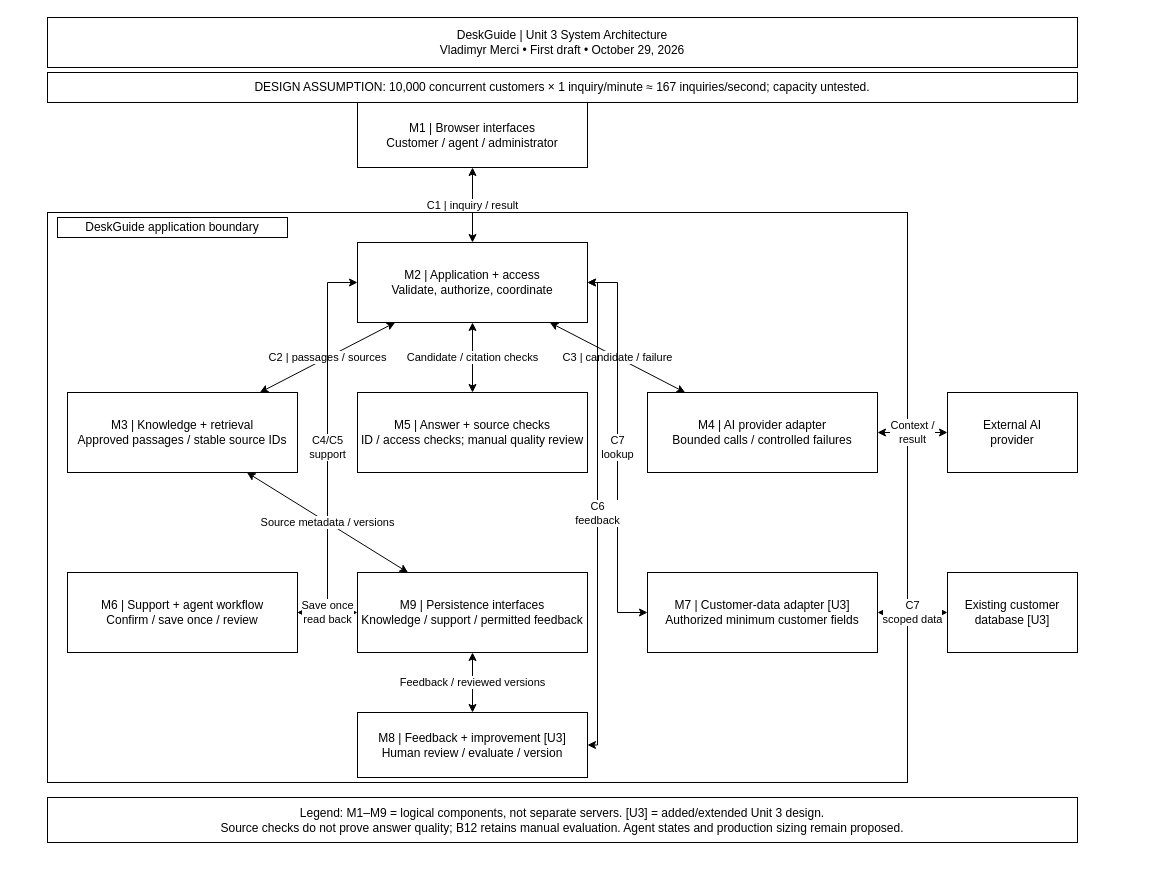
vlad8110/deskguide keeps this draw.io diagram as page "Component architecture" (1 of 2) of docs/unit-3/architecture-first-draft/deskguide-unit-3-architecture.drawio. Above is the earlier version. Source tidied: cells renumbered, new cells numbered last; positions are measured from the earlier drawing's top-left corner, leaving out a move shared by most shapes. Both pictures are drawn from the tidied source at 100%, with x=0, y=0 at pixel (47, 17).
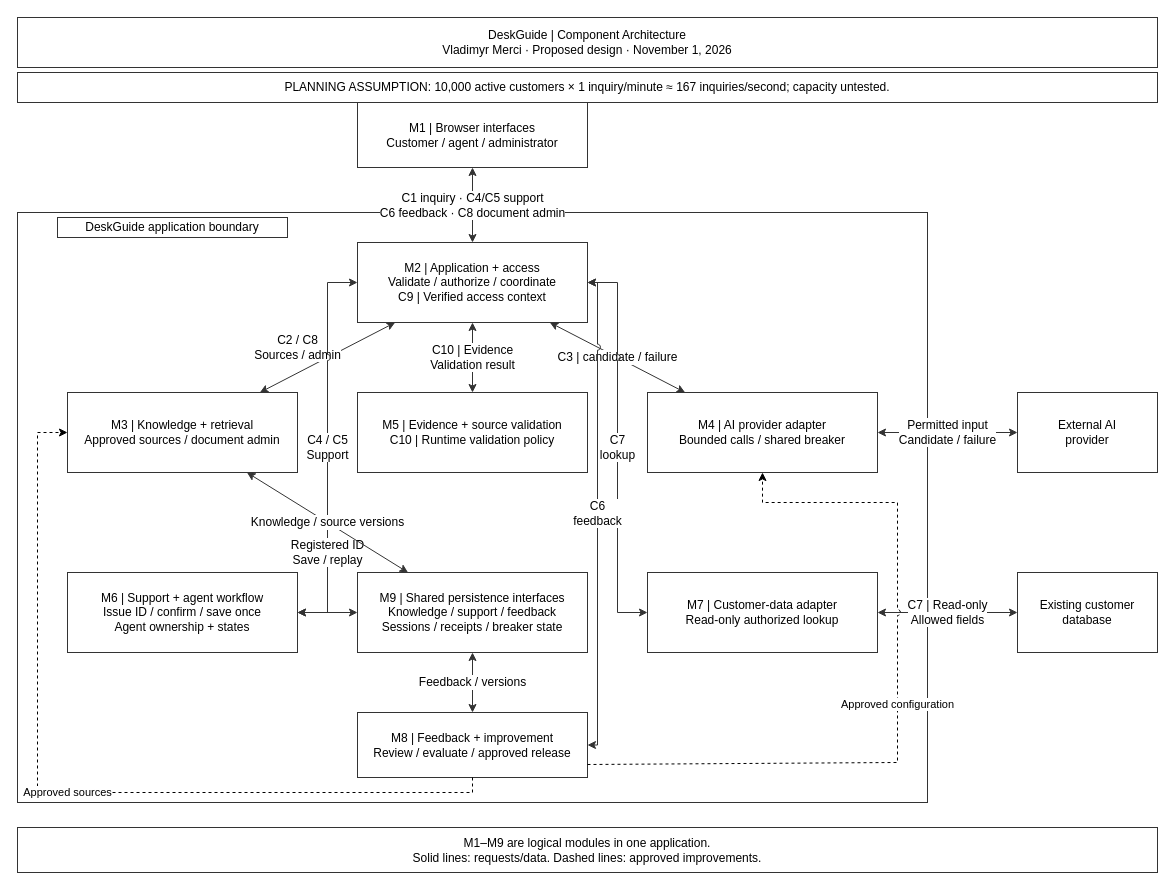
The same page after the edit.

What changed in the source:
```diff
@@
-    <mxCell id="2" style="rounded=0;whiteSpace=wrap;html=1;rotation=0;fillColor=none;" parent="1" vertex="1">
-      <mxGeometry y="195" width="860" height="570" as="geometry" />
+    <mxCell id="2" style="rounded=0;whiteSpace=wrap;html=1;rotation=0;fillColor=none;fontFamily=Arial;fontSize=12;fontColor=#000000;strokeColor=#333333;" parent="1" vertex="1">
+      <mxGeometry x="-30" y="195" width="910" height="590" as="geometry" />
     </mxCell>
-    <mxCell id="3" value="M2 | Application + access&lt;br/&gt;Validate, authorize, coordinate" style="rounded=0;whiteSpace=wrap;html=1;rotation=0;" parent="1" vertex="1">
+    <mxCell id="3" value="M2 | Application + access&lt;br&gt;Validate / authorize / coordinate&lt;br&gt;C9 | Verified access context" style="rounded=0;whiteSpace=wrap;html=1;rotation=0;fontFamily=Arial;fontSize=12;fontColor=#000000;strokeColor=#333333;" parent="1" vertex="1">
       <mxGeometry x="310" y="225" width="230" height="80" as="geometry" />
     </mxCell>
-    <mxCell id="4" value="M1 | Browser interfaces&lt;div&gt;Customer / agent / administrator&lt;/div&gt;" style="rounded=0;whiteSpace=wrap;html=1;rotation=0;" parent="1" vertex="1">
+    <mxCell id="4" value="M1 | Browser interfaces&lt;div&gt;Customer / agent / administrator&lt;/div&gt;" style="rounded=0;whiteSpace=wrap;html=1;rotation=0;fontFamily=Arial;fontSize=12;fontColor=#000000;strokeColor=#333333;" parent="1" vertex="1">
       <mxGeometry x="310" y="85" width="230" height="65" as="geometry" />
     </mxCell>
-    <mxCell id="5" value="M3 | Knowledge + retrieval&lt;div&gt;Approved passages / stable source IDs&lt;/div&gt;" style="rounded=0;whiteSpace=wrap;html=1;rotation=0;" parent="1" vertex="1">
+    <mxCell id="5" value="M3 | Knowledge + retrieval&lt;br&gt;Approved sources / document admin" style="rounded=0;whiteSpace=wrap;html=1;rotation=0;fontFamily=Arial;fontSize=12;fontColor=#000000;strokeColor=#333333;" parent="1" vertex="1">
       <mxGeometry x="20" y="375" width="230" height="80" as="geometry" />
     </mxCell>
-    <mxCell id="6" value="M4 | AI provider adapter&lt;br/&gt;Bounded calls / controlled failures" style="rounded=0;whiteSpace=wrap;html=1;rotation=0;" parent="1" vertex="1">
+    <mxCell id="6" value="M4 | AI provider adapter&lt;br&gt;Bounded calls / shared breaker" style="rounded=0;whiteSpace=wrap;html=1;rotation=0;fontFamily=Arial;fontSize=12;fontColor=#000000;strokeColor=#333333;" parent="1" vertex="1">
       <mxGeometry x="600" y="375" width="230" height="80" as="geometry" />
     </mxCell>
-    <mxCell id="7" value="M5 | Answer + source checks&lt;br/&gt;ID / access checks; manual quality review" style="rounded=0;whiteSpace=wrap;html=1;rotation=0;" parent="1" vertex="1">
+    <mxCell id="7" value="M5 | Evidence + source validation&lt;br&gt;C10 | Runtime validation policy" style="rounded=0;whiteSpace=wrap;html=1;rotation=0;fontFamily=Arial;fontSize=12;fontColor=#000000;strokeColor=#333333;" parent="1" vertex="1">
       <mxGeometry x="310" y="375" width="230" height="80" as="geometry" />
     </mxCell>
-    <mxCell id="8" value="M6 | Support + agent workflow&lt;br/&gt;Confirm / save once / review" style="rounded=0;whiteSpace=wrap;html=1;rotation=0;" parent="1" vertex="1">
+    <mxCell id="8" value="M6 | Support + agent workflow&lt;br&gt;Issue ID / confirm / save once&lt;br&gt;Agent ownership + states" style="rounded=0;whiteSpace=wrap;html=1;rotation=0;fontFamily=Arial;fontSize=12;fontColor=#000000;strokeColor=#333333;" parent="1" vertex="1">
       <mxGeometry x="20" y="555" width="230" height="80" as="geometry" />
     </mxCell>
-    <mxCell id="9" value="M7 | Customer-data adapter [U3]&lt;br/&gt;Authorized minimum customer fields" style="rounded=0;whiteSpace=wrap;html=1;rotation=0;" parent="1" vertex="1">
+    <mxCell id="9" value="M7 | Customer-data adapter&lt;br&gt;Read-only authorized lookup" style="rounded=0;whiteSpace=wrap;html=1;rotation=0;fontFamily=Arial;fontSize=12;fontColor=#000000;strokeColor=#333333;" parent="1" vertex="1">
       <mxGeometry x="600" y="555" width="230" height="80" as="geometry" />
     </mxCell>
-    <mxCell id="10" value="M9 | Persistence interfaces&lt;br/&gt;Knowledge / support / permitted feedback" style="rounded=0;whiteSpace=wrap;html=1;rotation=0;" parent="1" vertex="1">
+    <mxCell id="10" value="M9 | Shared persistence interfaces&lt;br&gt;Knowledge / support / feedback&lt;br&gt;Sessions / receipts / breaker state" style="rounded=0;whiteSpace=wrap;html=1;rotation=0;fontFamily=Arial;fontSize=12;fontColor=#000000;strokeColor=#333333;" parent="1" vertex="1">
       <mxGeometry x="310" y="555" width="230" height="80" as="geometry" />
     </mxCell>
-    <mxCell id="11" value="M8 | Feedback + improvement [U3]&lt;br/&gt;Human review / evaluate / version" style="rounded=0;whiteSpace=wrap;html=1;rotation=0;" parent="1" vertex="1">
+    <mxCell id="11" value="M8 | Feedback + improvement&lt;br&gt;Review / evaluate / approved release" style="rounded=0;whiteSpace=wrap;html=1;rotation=0;fontFamily=Arial;fontSize=12;fontColor=#000000;strokeColor=#333333;" parent="1" vertex="1">
       <mxGeometry x="310" y="695" width="230" height="65" as="geometry" />
     </mxCell>
-    <mxCell id="12" value="External AI&lt;br/&gt;provider" style="rounded=0;whiteSpace=wrap;html=1;rotation=0;" parent="1" vertex="1">
-      <mxGeometry x="900" y="375" width="130" height="80" as="geometry" />
+    <mxCell id="12" value="External AI&lt;br&gt;provider" style="rounded=0;whiteSpace=wrap;html=1;rotation=0;fontFamily=Arial;fontSize=12;fontColor=#000000;strokeColor=#333333;" parent="1" vertex="1">
+      <mxGeometry x="970" y="375" width="140" height="80" as="geometry" />
     </mxCell>
-    <mxCell id="13" value="Existing customer&lt;br/&gt;database [U3]" style="rounded=0;whiteSpace=wrap;html=1;rotation=0;" parent="1" vertex="1">
-      <mxGeometry x="900" y="555" width="130" height="80" as="geometry" />
+    <mxCell id="13" value="Existing customer&lt;br&gt;database" style="rounded=0;whiteSpace=wrap;html=1;rotation=0;fontFamily=Arial;fontSize=12;fontColor=#000000;strokeColor=#333333;" parent="1" vertex="1">
+      <mxGeometry x="970" y="555" width="140" height="80" as="geometry" />
     </mxCell>
-    <mxCell id="14" value="DeskGuide | Unit 3 System Architecture&lt;br/&gt;Vladimyr Merci • First draft • October 29, 2026" style="rounded=0;whiteSpace=wrap;html=1;rotation=0;" parent="1" vertex="1">
-      <mxGeometry width="1030" height="50" as="geometry" />
+    <mxCell id="14" value="DeskGuide | Component Architecture&lt;br&gt;Vladimyr Merci · Proposed design · November 1, 2026" style="rounded=0;whiteSpace=wrap;html=1;rotation=0;fontFamily=Arial;fontSize=12;fontColor=#000000;strokeColor=#333333;" parent="1" vertex="1">
+      <mxGeometry x="-30" width="1140" height="50" as="geometry" />
     </mxCell>
-    <mxCell id="15" value="DESIGN ASSUMPTION: 10,000 concurrent customers × 1 inquiry/minute ≈ 167 inquiries/second; capacity untested." style="rounded=0;whiteSpace=wrap;html=1;rotation=0;" parent="1" vertex="1">
-      <mxGeometry y="55" width="1030" height="30" as="geometry" />
+    <mxCell id="15" value="PLANNING ASSUMPTION: 10,000 active customers × 1 inquiry/minute ≈ 167 inquiries/second; capacity untested." style="rounded=0;whiteSpace=wrap;html=1;rotation=0;fontFamily=Arial;fontSize=12;fontColor=#000000;strokeColor=#333333;" parent="1" vertex="1">
+      <mxGeometry x="-30" y="55" width="1140" height="30" as="geometry" />
     </mxCell>
-    <mxCell id="16" value="Legend: M1–M9 = logical components, not separate servers. [U3] = added/extended Unit 3 design.&lt;br/&gt;Source checks do not prove answer quality; B12 retains manual evaluation. Agent states and production sizing remain proposed." style="rounded=0;whiteSpace=wrap;html=1;rotation=0;" parent="1" vertex="1">
-      <mxGeometry y="780" width="1030" height="45" as="geometry" />
+    <mxCell id="16" value="M1–M9 are logical modules in one application.&lt;br&gt;Solid lines: requests/data. Dashed lines: approved improvements." style="rounded=0;whiteSpace=wrap;html=1;rotation=0;fontFamily=Arial;fontSize=12;fontColor=#000000;strokeColor=#333333;" parent="1" vertex="1">
+      <mxGeometry x="-30" y="810" width="1140" height="45" as="geometry" />
     </mxCell>
-    <mxCell id="17" value="C1 | inquiry / result" style="endArrow=classic;startArrow=classic;html=1;rounded=0;edgeStyle=orthogonalEdgeStyle;" parent="1" edge="1" source="4" target="3">
+    <mxCell id="17" value="C1 inquiry · C4/C5 support&lt;br&gt;C6 feedback · C8 document admin" style="endArrow=classic;startArrow=classic;html=1;rounded=0;edgeStyle=orthogonalEdgeStyle;fontFamily=Arial;fontSize=12;fontColor=#000000;strokeColor=#333333;labelBackgroundColor=#FFFFFF;jumpStyle=arc;jumpSize=6;" parent="1" edge="1" source="4" target="3">
       <mxGeometry relative="1" as="geometry" />
     </mxCell>
-    <mxCell id="18" value="C2 | passages / sources" style="endArrow=classic;startArrow=classic;html=1;rounded=0;" parent="1" edge="1" source="3" target="5">
-      <mxGeometry relative="1" as="geometry" />
+    <mxCell id="18" value="C2 / C8&lt;br&gt;Sources / admin" style="endArrow=classic;startArrow=classic;html=1;rounded=0;fontFamily=Arial;fontSize=12;fontColor=#000000;strokeColor=#333333;labelBackgroundColor=#FFFFFF;jumpStyle=arc;jumpSize=6;" parent="1" edge="1" source="3" target="5">
+      <mxGeometry relative="1" as="geometry">
+        <mxPoint x="-30" y="-10" as="offset" />
+      </mxGeometry>
     </mxCell>
-    <mxCell id="19" value="C3 | candidate / failure" style="endArrow=classic;startArrow=classic;html=1;rounded=0;" parent="1" edge="1" source="3" target="6">
+    <mxCell id="19" value="C3 | candidate / failure" style="endArrow=classic;startArrow=classic;html=1;rounded=0;fontFamily=Arial;fontSize=12;fontColor=#000000;strokeColor=#333333;labelBackgroundColor=#FFFFFF;jumpStyle=arc;jumpSize=6;" parent="1" edge="1" source="3" target="6">
       <mxGeometry relative="1" as="geometry" />
     </mxCell>
-    <mxCell id="20" value="Candidate / citation checks" style="endArrow=classic;startArrow=classic;html=1;rounded=0;" parent="1" edge="1" source="3" target="7">
+    <mxCell id="20" value="C10 | Evidence&lt;br&gt;Validation result" style="endArrow=classic;startArrow=classic;html=1;rounded=0;fontFamily=Arial;fontSize=12;fontColor=#000000;strokeColor=#333333;labelBackgroundColor=#FFFFFF;jumpStyle=arc;jumpSize=6;" parent="1" edge="1" source="3" target="7">
       <mxGeometry relative="1" as="geometry" />
     </mxCell>
-    <mxCell id="21" value="C4/C5&lt;div&gt;support&lt;/div&gt;" style="endArrow=classic;startArrow=classic;html=1;rounded=0;exitX=0;exitY=0.5;exitDx=0;exitDy=0;edgeStyle=orthogonalEdgeStyle;entryX=1;entryY=0.5;entryDx=0;entryDy=0;" parent="1" edge="1" source="3" target="8">
+    <mxCell id="21" value="C4 / C5&lt;br&gt;Support" style="endArrow=classic;startArrow=classic;html=1;rounded=0;exitX=0;exitY=0.5;exitDx=0;exitDy=0;edgeStyle=orthogonalEdgeStyle;entryX=1;entryY=0.5;entryDx=0;entryDy=0;fontFamily=Arial;fontSize=12;fontColor=#000000;strokeColor=#333333;labelBackgroundColor=#FFFFFF;jumpStyle=arc;jumpSize=6;" parent="1" edge="1" source="3" target="8">
       <mxGeometry relative="1" as="geometry" />
     </mxCell>
-    <mxCell id="22" value="Context /&lt;div&gt;result&lt;/div&gt;" style="endArrow=classic;startArrow=classic;html=1;rounded=0;" parent="1" edge="1" source="6" target="12">
+    <mxCell id="22" value="Permitted input&lt;br&gt;Candidate / failure" style="endArrow=classic;startArrow=classic;html=1;rounded=0;fontFamily=Arial;fontSize=12;fontColor=#000000;strokeColor=#333333;labelBackgroundColor=#FFFFFF;jumpStyle=arc;jumpSize=6;" parent="1" edge="1" source="6" target="12">
       <mxGeometry relative="1" as="geometry" />
     </mxCell>
-    <mxCell id="23" value="C7&lt;div&gt;scoped data&lt;/div&gt;" style="endArrow=classic;startArrow=classic;html=1;rounded=0;" parent="1" edge="1" source="9" target="13">
+    <mxCell id="23" value="C7 | Read-only&lt;br&gt;Allowed fields" style="endArrow=classic;startArrow=classic;html=1;rounded=0;fontFamily=Arial;fontSize=12;fontColor=#000000;strokeColor=#333333;labelBackgroundColor=#FFFFFF;jumpStyle=arc;jumpSize=6;" parent="1" edge="1" source="9" target="13">
       <mxGeometry relative="1" as="geometry" />
     </mxCell>
-    <mxCell id="24" value="Save once&lt;div&gt;read back&lt;/div&gt;" style="endArrow=classic;startArrow=classic;html=1;rounded=0;" parent="1" edge="1" source="8" target="10">
-      <mxGeometry relative="1" as="geometry" />
+    <mxCell id="24" value="Registered ID&lt;br&gt;Save / replay" style="endArrow=classic;startArrow=classic;html=1;rounded=0;fontFamily=Arial;fontSize=12;fontColor=#000000;strokeColor=#333333;labelBackgroundColor=#FFFFFF;jumpStyle=arc;jumpSize=6;" parent="1" edge="1" source="8" target="10">
+      <mxGeometry relative="1" as="geometry">
+        <mxPoint y="-60" as="offset" />
+      </mxGeometry>
     </mxCell>
-    <mxCell id="25" value="Feedback / reviewed versions" style="endArrow=classic;startArrow=classic;html=1;rounded=0;" parent="1" edge="1" source="11" target="10">
+    <mxCell id="25" value="Feedback / versions" style="endArrow=classic;startArrow=classic;html=1;rounded=0;fontFamily=Arial;fontSize=12;fontColor=#000000;strokeColor=#333333;labelBackgroundColor=#FFFFFF;jumpStyle=arc;jumpSize=6;" parent="1" edge="1" source="11" target="10">
       <mxGeometry relative="1" as="geometry" />
     </mxCell>
-    <mxCell id="26" value="Source metadata / versions" style="endArrow=classic;startArrow=classic;html=1;rounded=0;" parent="1" edge="1" source="5" target="10">
+    <mxCell id="26" value="Knowledge / source versions" style="endArrow=classic;startArrow=classic;html=1;rounded=0;fontFamily=Arial;fontSize=12;fontColor=#000000;strokeColor=#333333;labelBackgroundColor=#FFFFFF;jumpStyle=arc;jumpSize=6;" parent="1" edge="1" source="5" target="10">
       <mxGeometry relative="1" as="geometry" />
     </mxCell>
-    <mxCell id="27" value="C7&lt;br/&gt;lookup" style="endArrow=classic;startArrow=classic;html=1;rounded=0;exitX=1;exitY=0.5;exitDx=0;exitDy=0;entryX=0;entryY=0.5;entryDx=0;entryDy=0;edgeStyle=orthogonalEdgeStyle;" parent="1" edge="1" source="3" target="9">
+    <mxCell id="27" value="C7&lt;br/&gt;lookup" style="endArrow=classic;startArrow=classic;html=1;rounded=0;exitX=1;exitY=0.5;exitDx=0;exitDy=0;entryX=0;entryY=0.5;entryDx=0;entryDy=0;edgeStyle=orthogonalEdgeStyle;fontFamily=Arial;fontSize=12;fontColor=#000000;strokeColor=#333333;labelBackgroundColor=#FFFFFF;jumpStyle=arc;jumpSize=6;" parent="1" edge="1" source="3" target="9">
       <mxGeometry relative="1" as="geometry" />
     </mxCell>
-    <mxCell id="28" value="C6&lt;br/&gt;feedback" style="endArrow=classic;startArrow=classic;html=1;rounded=0;exitX=1;exitY=0.5;exitDx=0;exitDy=0;entryX=1;entryY=0.5;entryDx=0;entryDy=0;edgeStyle=orthogonalEdgeStyle;" parent="1" edge="1" source="3" target="11">
+    <mxCell id="28" value="C6&lt;br/&gt;feedback" style="endArrow=classic;startArrow=classic;html=1;rounded=0;exitX=1;exitY=0.5;exitDx=0;exitDy=0;entryX=1;entryY=0.5;entryDx=0;entryDy=0;edgeStyle=orthogonalEdgeStyle;fontFamily=Arial;fontSize=12;fontColor=#000000;strokeColor=#333333;labelBackgroundColor=#FFFFFF;jumpStyle=arc;jumpSize=6;" parent="1" edge="1" source="3" target="11">
       <mxGeometry relative="1" as="geometry" />
     </mxCell>
-    <mxCell id="29" value="DeskGuide application boundary" style="rounded=0;whiteSpace=wrap;html=1;rotation=0;" parent="1" vertex="1">
+    <mxCell id="29" value="DeskGuide application boundary" style="rounded=0;whiteSpace=wrap;html=1;rotation=0;fontFamily=Arial;fontSize=12;fontColor=#000000;strokeColor=#333333;" parent="1" vertex="1">
       <mxGeometry x="10" y="200" width="230" height="20" as="geometry" />
     </mxCell>
+    <mxCell id="30" value="Approved sources" style="endArrow=classic;html=1;rounded=0;fontFamily=Arial;fontSize=11;labelBackgroundColor=#FFFFFF;jumpStyle=arc;jumpSize=6;dashed=1;exitX=0.5;exitY=1;entryX=0;entryY=0.5;" parent="1" edge="1" source="11" target="5">
+      <mxGeometry relative="1" as="geometry">
+        <Array as="points">
+          <mxPoint x="425" y="775" />
+          <mxPoint x="-10" y="775" />
+          <mxPoint x="-10" y="415" />
+        </Array>
+      </mxGeometry>
+    </mxCell>
+    <mxCell id="31" value="Approved configuration" style="endArrow=classic;html=1;rounded=0;fontFamily=Arial;fontSize=11;labelBackgroundColor=#FFFFFF;jumpStyle=arc;jumpSize=6;dashed=1;exitX=1;exitY=0.8;entryX=0.5;entryY=1;" parent="1" edge="1" source="11" target="6">
+      <mxGeometry relative="1" as="geometry">
+        <Array as="points">
+          <mxPoint x="850" y="745" />
+          <mxPoint x="850" y="485" />
+          <mxPoint x="715" y="485" />
+        </Array>
+      </mxGeometry>
+    </mxCell>
```
